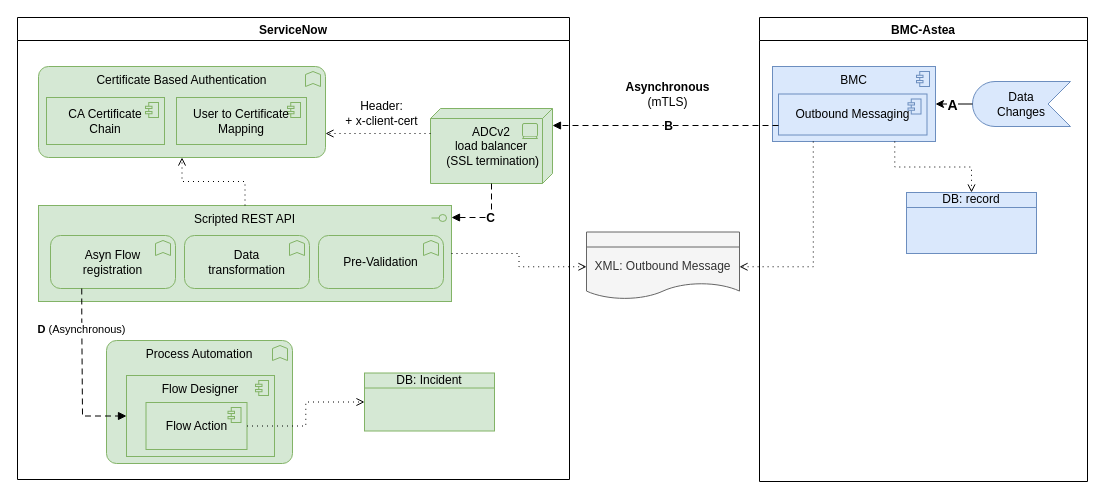
algimas/tmp keeps this draw.io diagram as page "BMC>SN" (2 of 2) of SN2BMC-Astea.drawio. Above is the earlier version. Source tidied: cells renumbered, new cells numbered last; positions are measured from the earlier drawing's top-left corner, leaving out a move shared by most shapes. Both pictures are drawn from the tidied source at 100%, with x=0, y=0 at pixel (17, 17).
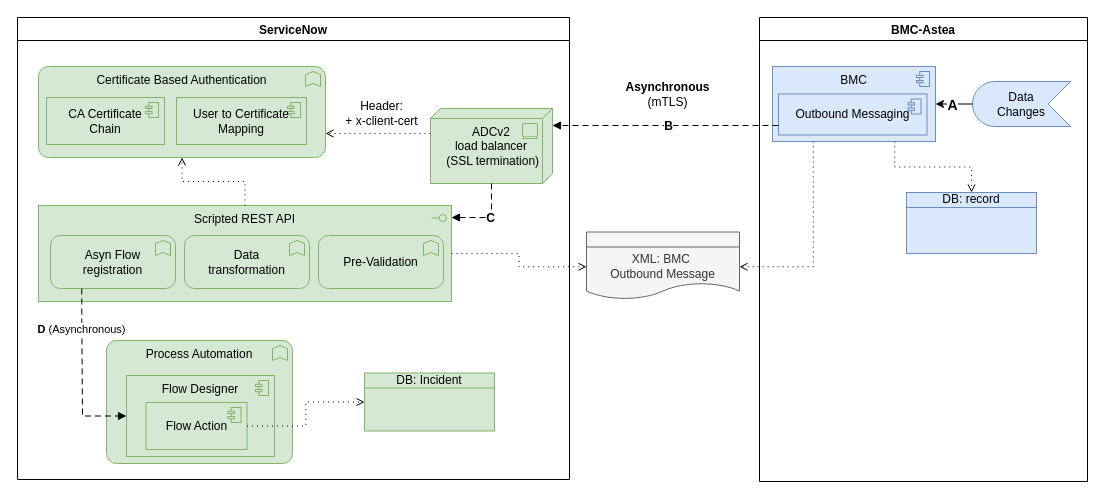
The same page after the edit.

The edit, as a diff of the source:
```diff
@@
-    <mxCell id="27" value="&lt;div style=&quot;font-size: 12px;&quot;&gt;XML: Outbound Message&lt;/div&gt;" style="html=1;outlineConnect=0;whiteSpace=wrap;fillColor=#f5f5f5;shape=mxgraph.archimate3.representation;fontSize=12;align=center;strokeColor=#666666;fontColor=#333333;" parent="1" vertex="1">
+    <mxCell id="27" value="&lt;div style=&quot;font-size: 12px;&quot;&gt;XML: BMC&amp;nbsp;&lt;/div&gt;&lt;div style=&quot;font-size: 12px;&quot;&gt;Outbound Message&lt;/div&gt;" style="html=1;outlineConnect=0;whiteSpace=wrap;fillColor=#f5f5f5;shape=mxgraph.archimate3.representation;fontSize=12;align=center;strokeColor=#666666;fontColor=#333333;" parent="1" vertex="1">
       <mxGeometry x="569" y="214.5" width="153" height="69.5" as="geometry" />
     </mxCell>
```
